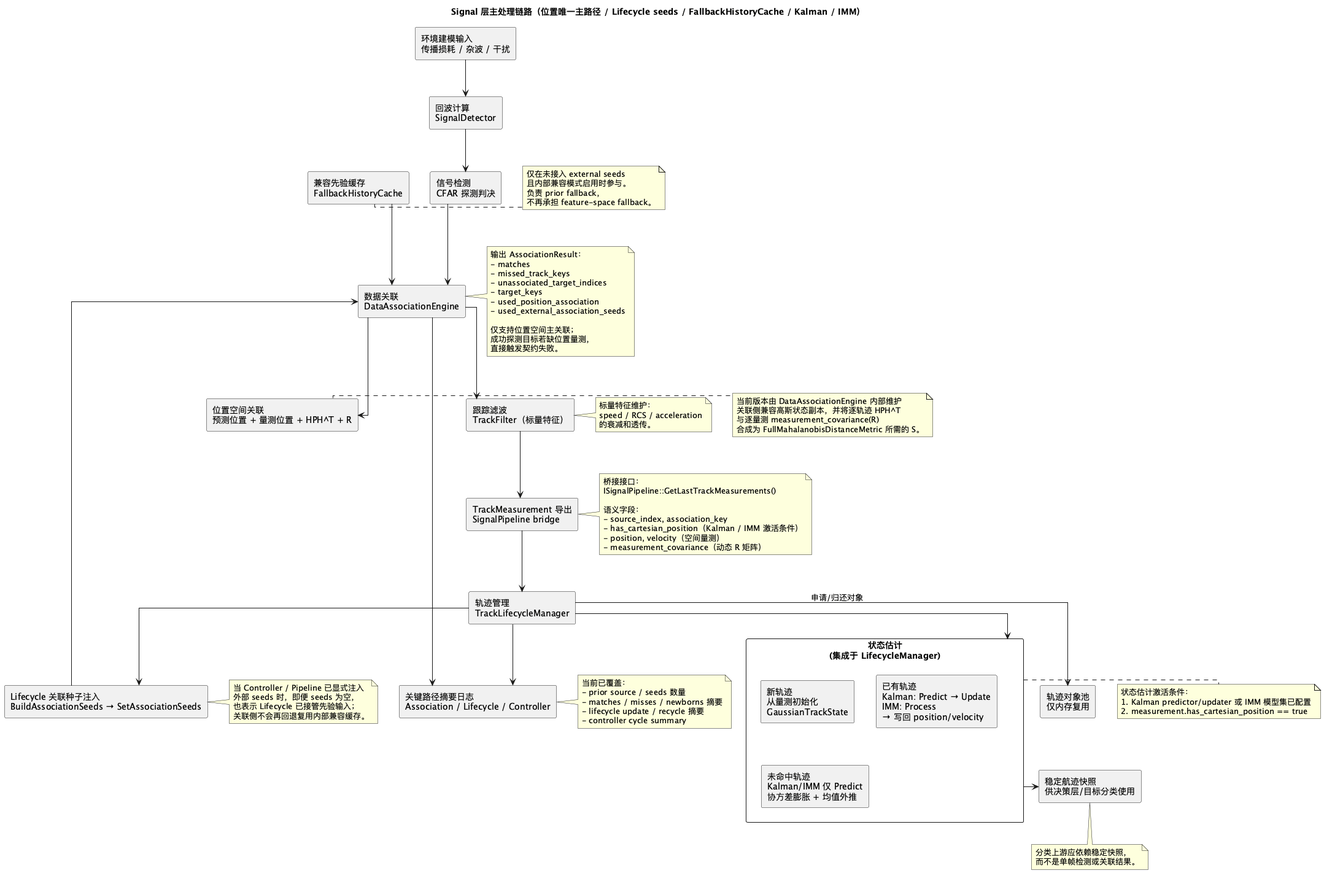
This is doc/architecture/signal/signal-processing-flow.png from boilwater-3/1q, a PlantUML export, as it was before one commit.
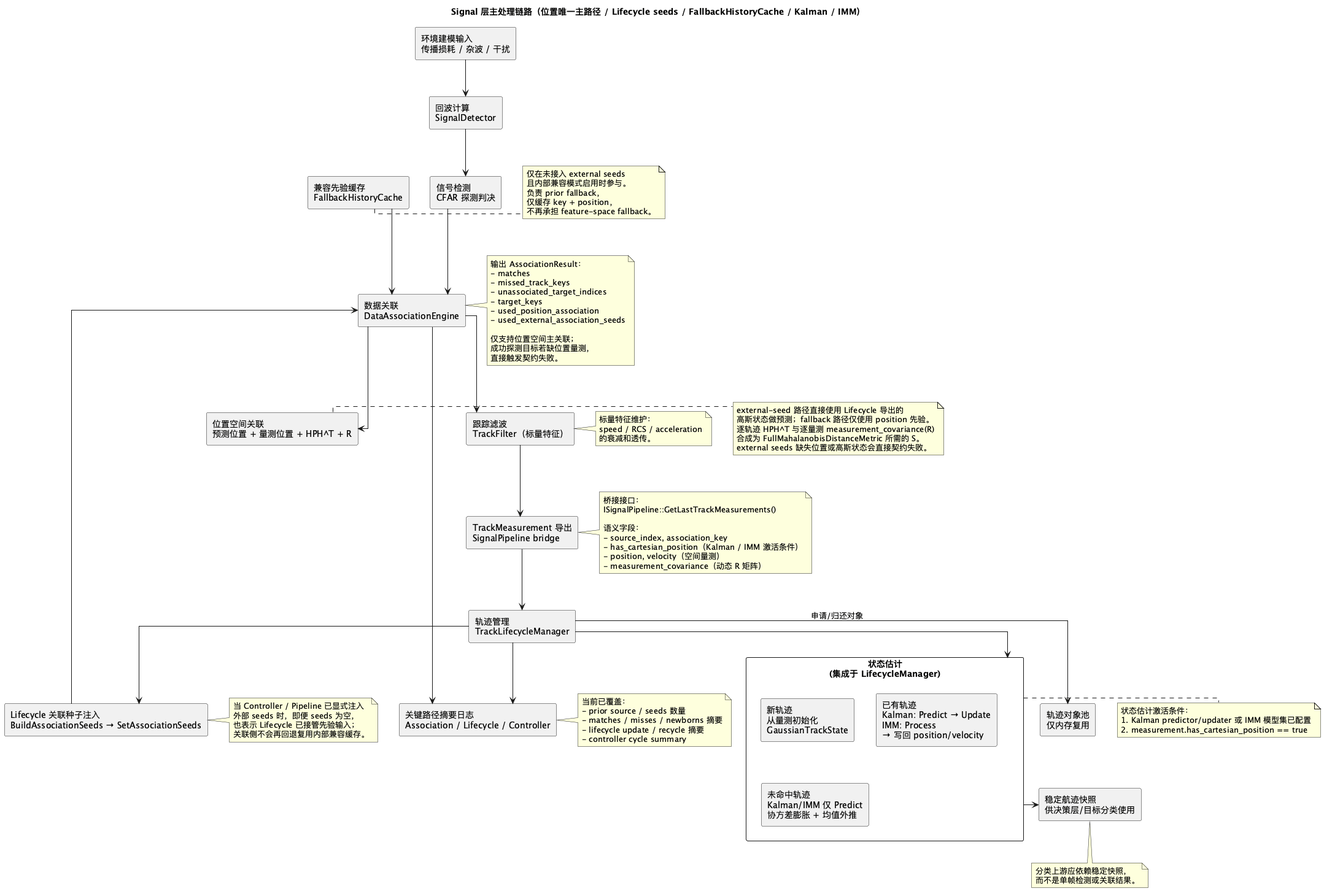
After the change.

Commit message:
docs(signal): 同步external seed强契约与position-only fallback架构文档

What changed in the source:
```diff
@@ -60,6 +60,7 @@
   仅在未接入 external seeds
   且内部兼容模式启用时参与。
   负责 prior fallback，
+  仅缓存 key + position，
   不再承担 feature-space fallback。
 end note
 
@@ -94,10 +95,11 @@
 end note
 
 note right of POS_ASSOC
-  当前版本由 DataAssociationEngine 内部维护
-  关联侧兼容高斯状态副本，并将逐轨迹 HPH^T
-  与逐量测 measurement_covariance(R)
+  external-seed 路径直接使用 Lifecycle 导出的
+  高斯状态做预测；fallback 路径仅使用 position 先验。
+  逐轨迹 HPH^T 与逐量测 measurement_covariance(R)
   合成为 FullMahalanobisDistanceMetric 所需的 S。
+  external seeds 缺失位置或高斯状态会直接契约失败。
 end note
 
 note right of LOGS
```
